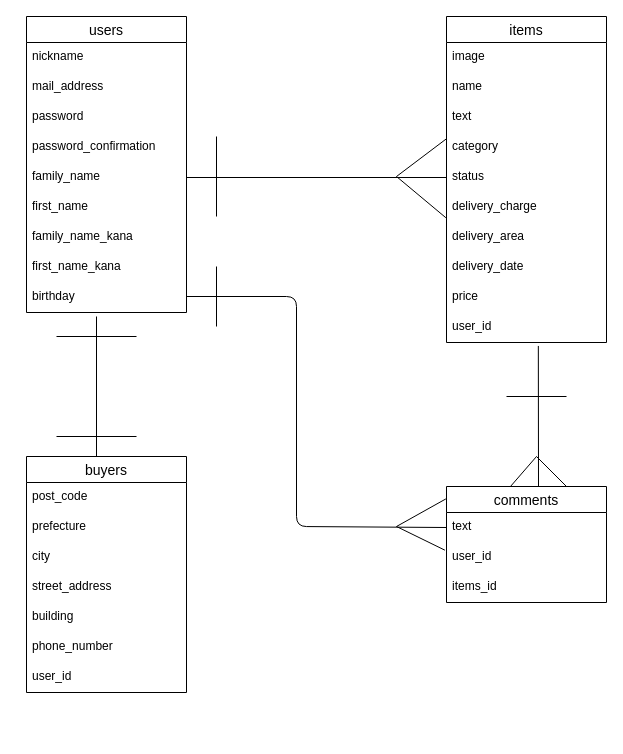
yuya-taka/furima-laiblitz-b keeps this draw.io diagram as test.dio. Above is the earlier version. Source tidied: cells renumbered, new cells numbered last; positions are measured from the earlier drawing's top-left corner, leaving out a move shared by most shapes. Both pictures are drawn from the tidied source at 100%, with x=0, y=0 at pixel (26, 16).
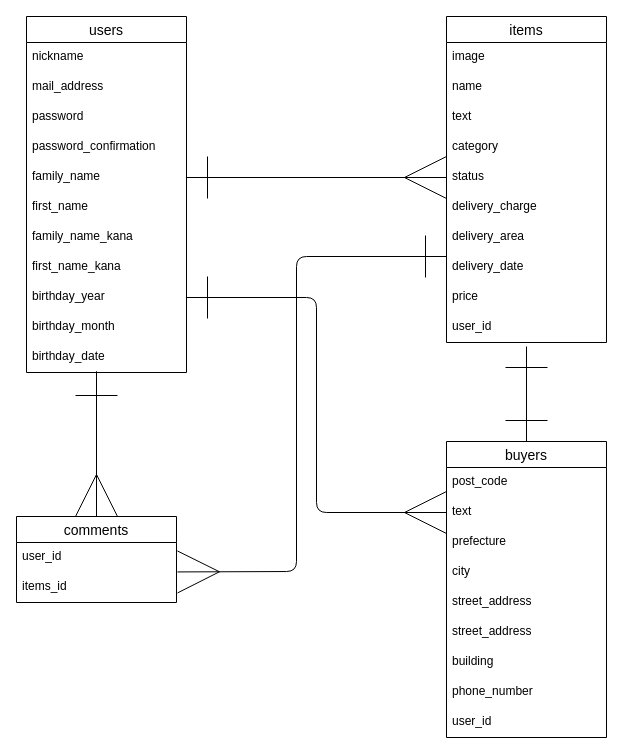
After the change.

Unchanged cells that the change refers to:
```xml
<mxCell id="7" value="family_name" style="text;strokeColor=none;fillColor=none;spacingLeft=4;spacingRight=4;overflow=hidden;points=[[0,0.5],[1,0.5]];portConstraint=eastwest;fontSize=12;" parent="2" vertex="1">
  <mxGeometry y="146" width="160" height="30" as="geometry" />
</mxCell>
<mxCell id="16" value="category" style="text;strokeColor=none;fillColor=none;spacingLeft=4;spacingRight=4;overflow=hidden;points=[[0,0.5],[1,0.5]];portConstraint=eastwest;fontSize=12;" parent="12" vertex="1">
  <mxGeometry y="116" width="160" height="30" as="geometry" />
</mxCell>
<mxCell id="17" value="status" style="text;strokeColor=none;fillColor=none;spacingLeft=4;spacingRight=4;overflow=hidden;points=[[0,0.5],[1,0.5]];portConstraint=eastwest;fontSize=12;" parent="12" vertex="1">
  <mxGeometry y="146" width="160" height="30" as="geometry" />
</mxCell>
<mxCell id="18" value="delivery_charge" style="text;strokeColor=none;fillColor=none;spacingLeft=4;spacingRight=4;overflow=hidden;points=[[0,0.5],[1,0.5]];portConstraint=eastwest;fontSize=12;" parent="12" vertex="1">
  <mxGeometry y="176" width="160" height="30" as="geometry" />
</mxCell>
<mxCell id="22" value="user_id" style="text;strokeColor=none;fillColor=none;spacingLeft=4;spacingRight=4;overflow=hidden;points=[[0,0.5],[1,0.5]];portConstraint=eastwest;fontSize=12;" parent="12" vertex="1">
  <mxGeometry y="296" width="160" height="30" as="geometry" />
</mxCell>
```

Change to the diagram source:
```diff
@@
     <mxCell id="2" value="users" style="swimlane;fontStyle=0;horizontal=1;startSize=26;align=center;fontSize=14;" parent="1" vertex="1">
-      <mxGeometry width="160" height="296" as="geometry" />
+      <mxGeometry width="160" height="356" as="geometry" />
     </mxCell>
@@
-    <mxCell id="11" value="birthday" style="text;strokeColor=none;fillColor=none;spacingLeft=4;spacingRight=4;overflow=hidden;points=[[0,0.5],[1,0.5]];portConstraint=eastwest;fontSize=12;" parent="2" vertex="1">
+    <mxCell id="11" value="birthday_year" style="text;strokeColor=none;fillColor=none;spacingLeft=4;spacingRight=4;overflow=hidden;points=[[0,0.5],[1,0.5]];portConstraint=eastwest;fontSize=12;" parent="2" vertex="1">
       <mxGeometry y="266" width="160" height="30" as="geometry" />
     </mxCell>
+    <mxCell id="50" value="birthday_month" style="text;strokeColor=none;fillColor=none;spacingLeft=4;spacingRight=4;overflow=hidden;fontSize=12;" parent="2" vertex="1">
+      <mxGeometry y="296" width="160" height="30" as="geometry" />
+    </mxCell>
+    <mxCell id="51" value="birthday_date" style="text;strokeColor=none;fillColor=none;spacingLeft=4;spacingRight=4;overflow=hidden;fontSize=12;" parent="2" vertex="1">
+      <mxGeometry y="326" width="160" height="30" as="geometry" />
+    </mxCell>
@@
+    <mxCell id="52" style="edgeStyle=none;html=1;exitX=0.5;exitY=0;exitDx=0;exitDy=0;strokeWidth=1;startArrow=ERone;startFill=0;endArrow=ERone;endFill=0;startSize=40;endSize=40;" parent="1" edge="1" source="23">
+      <mxGeometry relative="1" as="geometry">
+        <mxPoint x="500" y="330" as="targetPoint" />
+      </mxGeometry>
+    </mxCell>
     <mxCell id="23" value="buyers" style="swimlane;fontStyle=0;horizontal=1;startSize=26;align=center;fontSize=14;" parent="1" vertex="1">
-      <mxGeometry y="440" width="160" height="236" as="geometry" />
+      <mxGeometry x="420" y="425" width="160" height="296" as="geometry" />
     </mxCell>
@@
+    <mxCell id="32" value="text" style="text;strokeColor=none;fillColor=none;spacingLeft=4;spacingRight=4;overflow=hidden;points=[[0,0.5],[1,0.5]];portConstraint=eastwest;fontSize=12;" parent="23" vertex="1">
+      <mxGeometry y="56" width="160" height="30" as="geometry" />
+    </mxCell>
     <mxCell id="25" value="prefecture" style="text;strokeColor=none;fillColor=none;spacingLeft=4;spacingRight=4;overflow=hidden;fontSize=12;" parent="23" vertex="1">
-      <mxGeometry y="56" width="160" height="30" as="geometry" />
+      <mxGeometry y="86" width="160" height="30" as="geometry" />
     </mxCell>
     <mxCell id="26" value="city" style="text;strokeColor=none;fillColor=none;spacingLeft=4;spacingRight=4;overflow=hidden;fontSize=12;" parent="23" vertex="1">
-      <mxGeometry y="86" width="160" height="30" as="geometry" />
+      <mxGeometry y="116" width="160" height="30" as="geometry" />
     </mxCell>
+    <mxCell id="53" value="street_address" style="text;strokeColor=none;fillColor=none;spacingLeft=4;spacingRight=4;overflow=hidden;fontSize=12;" parent="23" vertex="1">
+      <mxGeometry y="146" width="160" height="30" as="geometry" />
+    </mxCell>
     <mxCell id="27" value="street_address" style="text;strokeColor=none;fillColor=none;spacingLeft=4;spacingRight=4;overflow=hidden;fontSize=12;" parent="23" vertex="1">
-      <mxGeometry y="116" width="160" height="30" as="geometry" />
+      <mxGeometry y="176" width="160" height="30" as="geometry" />
     </mxCell>
     <mxCell id="28" value="building" style="text;strokeColor=none;fillColor=none;spacingLeft=4;spacingRight=4;overflow=hidden;fontSize=12;" parent="23" vertex="1">
-      <mxGeometry y="146" width="160" height="30" as="geometry" />
+      <mxGeometry y="206" width="160" height="30" as="geometry" />
     </mxCell>
     <mxCell id="29" value="phone_number" style="text;strokeColor=none;fillColor=none;spacingLeft=4;spacingRight=4;overflow=hidden;fontSize=12;" parent="23" vertex="1">
-      <mxGeometry y="176" width="160" height="30" as="geometry" />
+      <mxGeometry y="236" width="160" height="30" as="geometry" />
     </mxCell>
     <mxCell id="30" value="user_id" style="text;strokeColor=none;fillColor=none;spacingLeft=4;spacingRight=4;overflow=hidden;fontSize=12;" parent="23" vertex="1">
-      <mxGeometry y="206" width="160" height="30" as="geometry" />
+      <mxGeometry y="266" width="160" height="30" as="geometry" />
     </mxCell>
+    <mxCell id="35" style="endArrow=ERmany;html=1;exitX=1;exitY=0.5;exitDx=0;exitDy=0;endFill=0;strokeWidth=1;entryX=0;entryY=0.5;entryDx=0;entryDy=0;endSize=40;startArrow=ERone;startFill=0;startSize=40;" parent="1" edge="1" source="7" target="17">
+      <mxGeometry relative="1" as="geometry" />
+    </mxCell>
+    <mxCell id="36" style="endArrow=ERmany;html=1;endFill=0;endSize=40;exitX=1;exitY=0.5;exitDx=0;exitDy=0;entryX=0;entryY=0.5;entryDx=0;entryDy=0;startArrow=ERone;startFill=0;startSize=40;" parent="1" edge="1" source="11" target="32">
+      <mxGeometry relative="1" as="geometry">
+        <Array as="points">
+          <mxPoint x="290" y="281" />
+          <mxPoint x="290" y="496" />
+        </Array>
+      </mxGeometry>
+    </mxCell>
+    <mxCell id="43" style="endArrow=ERmany;html=1;entryX=0.5;entryY=0;entryDx=0;entryDy=0;endFill=0;endSize=40;startArrow=ERone;startFill=0;startSize=40;" parent="1" edge="1" target="31">
+      <mxGeometry relative="1" as="geometry">
+        <mxPoint x="70" y="400" as="sourcePoint" />
+        <Array as="points">
+          <mxPoint x="70" y="350" />
+        </Array>
+      </mxGeometry>
+    </mxCell>
+    <mxCell id="46" style="endArrow=ERmany;html=1;endFill=0;endSize=40;startArrow=ERone;startFill=0;startSize=40;entryX=1.006;entryY=0.981;entryDx=0;entryDy=0;entryPerimeter=0;" parent="1" edge="1" target="33">
+      <mxGeometry relative="1" as="geometry">
+        <mxPoint x="420" y="240" as="sourcePoint" />
+        <Array as="points">
+          <mxPoint x="270" y="240" />
+          <mxPoint x="270" y="555" />
+        </Array>
+      </mxGeometry>
+    </mxCell>
     <mxCell id="31" value="comments" style="swimlane;fontStyle=0;horizontal=1;startSize=26;align=center;fontSize=14;" parent="1" vertex="1">
-      <mxGeometry x="420" y="470" width="160" height="116" as="geometry" />
+      <mxGeometry x="-10" y="500" width="160" height="86" as="geometry" />
     </mxCell>
-    <mxCell id="32" value="text" style="text;strokeColor=none;fillColor=none;spacingLeft=4;spacingRight=4;overflow=hidden;points=[[0,0.5],[1,0.5]];portConstraint=eastwest;fontSize=12;" parent="31" vertex="1">
-      <mxGeometry y="26" width="160" height="30" as="geometry" />
-    </mxCell>
     <mxCell id="33" value="user_id" style="text;strokeColor=none;fillColor=none;spacingLeft=4;spacingRight=4;overflow=hidden;points=[[0,0.5],[1,0.5]];portConstraint=eastwest;fontSize=12;" parent="31" vertex="1">
-      <mxGeometry y="56" width="160" height="30" as="geometry" />
+      <mxGeometry y="26" width="160" height="30" as="geometry" />
     </mxCell>
     <mxCell id="34" value="items_id" style="text;strokeColor=none;fillColor=none;spacingLeft=4;spacingRight=4;overflow=hidden;fontSize=12;" parent="31" vertex="1">
-      <mxGeometry y="86" width="160" height="30" as="geometry" />
+      <mxGeometry y="56" width="160" height="30" as="geometry" />
     </mxCell>
-    <mxCell id="35" style="endArrow=none;html=1;exitX=1;exitY=0.5;exitDx=0;exitDy=0;entryX=0;entryY=0.5;entryDx=0;entryDy=0;" parent="1" edge="1" source="7" target="17">
-      <mxGeometry relative="1" as="geometry" />
-    </mxCell>
-    <mxCell id="36" style="endArrow=none;html=1;" parent="1" edge="1">
-      <mxGeometry relative="1" as="geometry">
-        <mxPoint x="70" y="440" as="sourcePoint" />
-        <mxPoint x="70" y="300" as="targetPoint" />
-      </mxGeometry>
-    </mxCell>
-    <mxCell id="37" style="endArrow=none;html=1;" parent="1" edge="1">
-      <mxGeometry relative="1" as="geometry">
-        <mxPoint x="30" y="320" as="sourcePoint" />
-        <mxPoint x="110" y="320" as="targetPoint" />
-      </mxGeometry>
-    </mxCell>
-    <mxCell id="38" style="endArrow=none;html=1;" parent="1" edge="1">
-      <mxGeometry relative="1" as="geometry">
-        <mxPoint x="30" y="420" as="sourcePoint" />
-        <mxPoint x="110" y="420" as="targetPoint" />
-      </mxGeometry>
-    </mxCell>
-    <mxCell id="39" style="endArrow=none;html=1;" parent="1" edge="1">
-      <mxGeometry relative="1" as="geometry">
-        <mxPoint x="190" y="200" as="sourcePoint" />
-        <mxPoint x="190" y="120" as="targetPoint" />
-      </mxGeometry>
-    </mxCell>
-    <mxCell id="40" style="endArrow=none;html=1;entryX=0.001;entryY=0.204;entryDx=0;entryDy=0;entryPerimeter=0;" parent="1" edge="1" target="16">
-      <mxGeometry relative="1" as="geometry">
-        <mxPoint x="370" y="160" as="sourcePoint" />
-      </mxGeometry>
-    </mxCell>
-    <mxCell id="41" style="endArrow=none;html=1;exitX=-0.004;exitY=0.841;exitDx=0;exitDy=0;exitPerimeter=0;" parent="1" edge="1" source="18">
-      <mxGeometry relative="1" as="geometry">
-        <mxPoint x="370" y="160" as="targetPoint" />
-      </mxGeometry>
-    </mxCell>
-    <mxCell id="42" style="endArrow=none;html=1;" parent="1" edge="1">
-      <mxGeometry relative="1" as="geometry">
-        <mxPoint x="190" y="310" as="sourcePoint" />
-        <mxPoint x="190" y="250" as="targetPoint" />
-      </mxGeometry>
-    </mxCell>
-    <mxCell id="43" style="endArrow=none;html=1;entryX=0;entryY=0.5;entryDx=0;entryDy=0;" parent="1" edge="1" target="32">
-      <mxGeometry relative="1" as="geometry">
-        <mxPoint x="160" y="280" as="sourcePoint" />
-        <Array as="points">
-          <mxPoint x="270" y="280" />
-          <mxPoint x="270" y="510" />
-        </Array>
-      </mxGeometry>
-    </mxCell>
-    <mxCell id="44" style="endArrow=none;html=1;exitX=-0.004;exitY=0.107;exitDx=0;exitDy=0;exitPerimeter=0;" parent="1" edge="1" source="31">
-      <mxGeometry relative="1" as="geometry">
-        <mxPoint x="370" y="510" as="targetPoint" />
-      </mxGeometry>
-    </mxCell>
-    <mxCell id="45" style="endArrow=none;html=1;entryX=-0.01;entryY=0.256;entryDx=0;entryDy=0;entryPerimeter=0;" parent="1" edge="1" target="33">
-      <mxGeometry relative="1" as="geometry">
-        <mxPoint x="370" y="510" as="sourcePoint" />
-      </mxGeometry>
-    </mxCell>
-    <mxCell id="46" style="endArrow=none;html=1;entryX=0.574;entryY=1.115;entryDx=0;entryDy=0;entryPerimeter=0;" parent="1" edge="1" target="22">
-      <mxGeometry relative="1" as="geometry">
-        <mxPoint x="512" y="470" as="sourcePoint" />
-      </mxGeometry>
-    </mxCell>
-    <mxCell id="47" style="endArrow=none;html=1;" parent="1" edge="1">
-      <mxGeometry relative="1" as="geometry">
-        <mxPoint x="480" y="380" as="sourcePoint" />
-        <mxPoint x="540" y="380" as="targetPoint" />
-      </mxGeometry>
-    </mxCell>
-    <mxCell id="48" style="endArrow=none;html=1;exitX=0.401;exitY=-0.002;exitDx=0;exitDy=0;exitPerimeter=0;" parent="1" edge="1" source="31">
-      <mxGeometry relative="1" as="geometry">
-        <mxPoint x="510" y="440" as="targetPoint" />
-      </mxGeometry>
-    </mxCell>
-    <mxCell id="49" style="endArrow=none;html=1;exitX=0.75;exitY=0;exitDx=0;exitDy=0;" parent="1" edge="1" source="31">
-      <mxGeometry relative="1" as="geometry">
-        <mxPoint x="510" y="440" as="targetPoint" />
-      </mxGeometry>
-    </mxCell>
```
